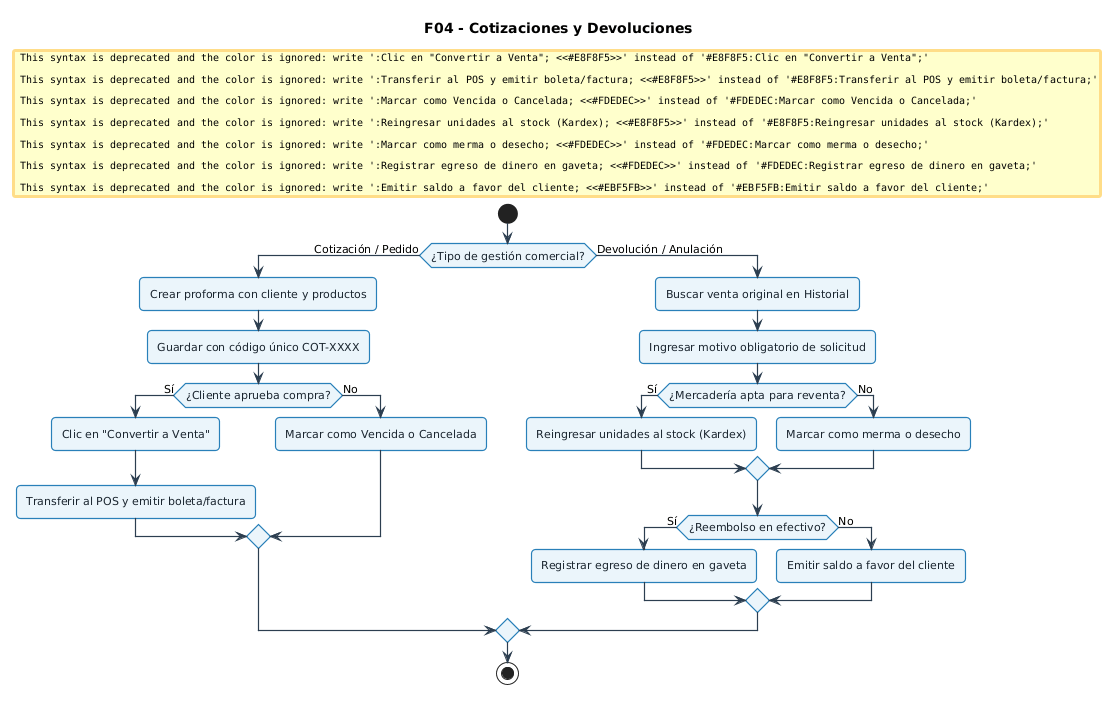
xmenil/ERP-KIPUS keeps this PlantUML diagram as docs/UML-flujos/imagenes/04_cotizaciones_devoluciones.png. Above is the earlier version.
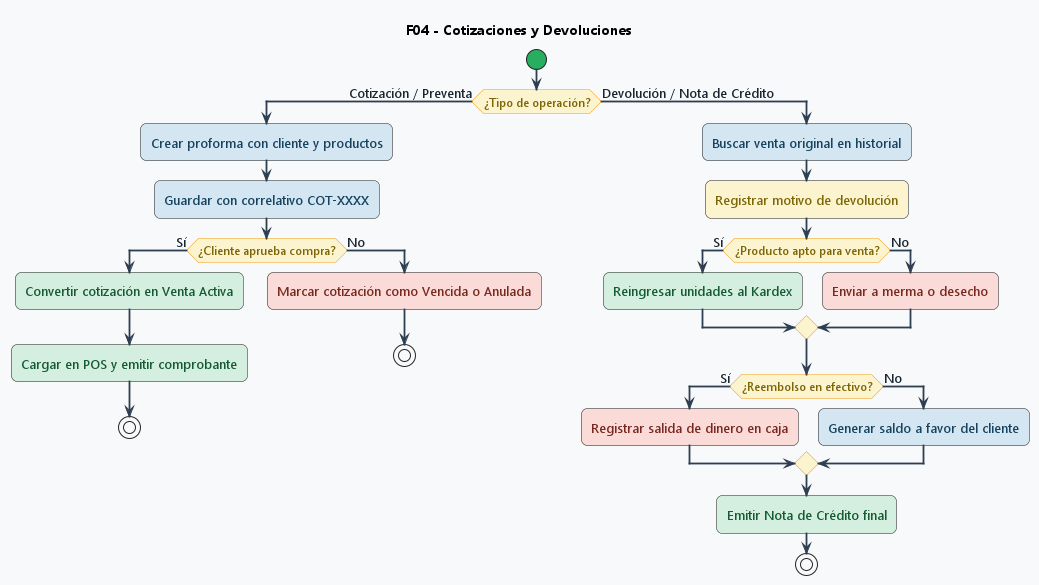
Later version of the same file.

Diff of the diagram source:
```diff
@@ -1,55 +1,81 @@
 @startuml
+<style>
+activityDiagram {
+  BackgroundColor #F8F9FA
+  BorderColor #2C3E50
+  FontColor #1A252F
+  FontSize 13
+  FontName "Segoe UI", Arial, sans-serif
+  RoundCorner 12
+  Padding 10
+  Margin 8
+
+  .verde {
+    BackgroundColor #D4EFDF
+    BorderColor #27AE60
+    FontColor #145A32
+  }
+  .amarillo {
+    BackgroundColor #FCF3CF
+    BorderColor #F39C12
+    FontColor #7D6608
+  }
+  .azul {
+    BackgroundColor #D4E6F1
+    BorderColor #2980B9
+    FontColor #154360
+  }
+  .morado {
+    BackgroundColor #E8DAEF
+    BorderColor #8E44AD
+    FontColor #4A235A
+  }
+  .rojo {
+    BackgroundColor #FADBD8
+    BorderColor #C0392B
+    FontColor #78281F
+  }
+}
+</style>
+
 skinparam defaultFontName "Segoe UI", Arial, sans-serif
-skinparam defaultFontSize 11
-skinparam roundCorner 8
-skinparam shadowing false
 skinparam ArrowColor #2C3E50
-skinparam ArrowThickness 1.2
-
-skinparam activity {
-  BackgroundColor #EBF5FB
-  BorderColor #2980B9
-  BorderThickness 1.2
-  FontColor #1A252F
-}
-skinparam decision {
-  BackgroundColor #FEF9E7
-  BorderColor #F39C12
-  BorderThickness 1.2
-  FontColor #7D6608
-}
-skinparam start {
-  Color #27AE60
-}
-skinparam stop {
-  Color #C0392B
-}
+skinparam ArrowThickness 1.8
+skinparam activityStartColor #27AE60
+skinparam activityEndColor #C0392B
+skinparam activityDiamondBackgroundColor #FCF3CF
+skinparam activityDiamondBorderColor #F39C12
+skinparam activityDiamondFontColor #7D6608
+skinparam activityDiamondFontSize 12
 
 title F04 - Cotizaciones y Devoluciones
 
 start
-if (¿Tipo de gestión comercial?) then (Cotización / Pedido)
-  :Crear proforma con cliente y productos;
-  :Guardar con código único COT-XXXX;
+if (¿Tipo de operación?) then (Cotización / Preventa)
+  :Crear proforma con cliente y productos; <<azul>>
+  :Guardar con correlativo COT-XXXX; <<azul>>
   if (¿Cliente aprueba compra?) then (Sí)
-    #E8F8F5:Clic en "Convertir a Venta";
-    #E8F8F5:Transferir al POS y emitir boleta/factura;
+    :Convertir cotización en Venta Activa; <<verde>>
+    :Cargar en POS y emitir comprobante; <<verde>>
+    stop
   else (No)
-    #FDEDEC:Marcar como Vencida o Cancelada;
+    :Marcar cotización como Vencida o Anulada; <<rojo>>
+    stop
   endif
-else (Devolución / Anulación)
-  :Buscar venta original en Historial;
-  :Ingresar motivo obligatorio de solicitud;
-  if (¿Mercadería apta para reventa?) then (Sí)
-    #E8F8F5:Reingresar unidades al stock (Kardex);
+else (Devolución / Nota de Crédito)
+  :Buscar venta original en historial; <<azul>>
+  :Registrar motivo de devolución; <<amarillo>>
+  if (¿Producto apto para venta?) then (Sí)
+    :Reingresar unidades al Kardex; <<verde>>
   else (No)
-    #FDEDEC:Marcar como merma o desecho;
+    :Enviar a merma o desecho; <<rojo>>
   endif
   if (¿Reembolso en efectivo?) then (Sí)
-    #FDEDEC:Registrar egreso de dinero en gaveta;
+    :Registrar salida de dinero en caja; <<rojo>>
   else (No)
-    #EBF5FB:Emitir saldo a favor del cliente;
+    :Generar saldo a favor del cliente; <<azul>>
   endif
+  :Emitir Nota de Crédito final; <<verde>>
+  stop
 endif
-stop
 @enduml
```
